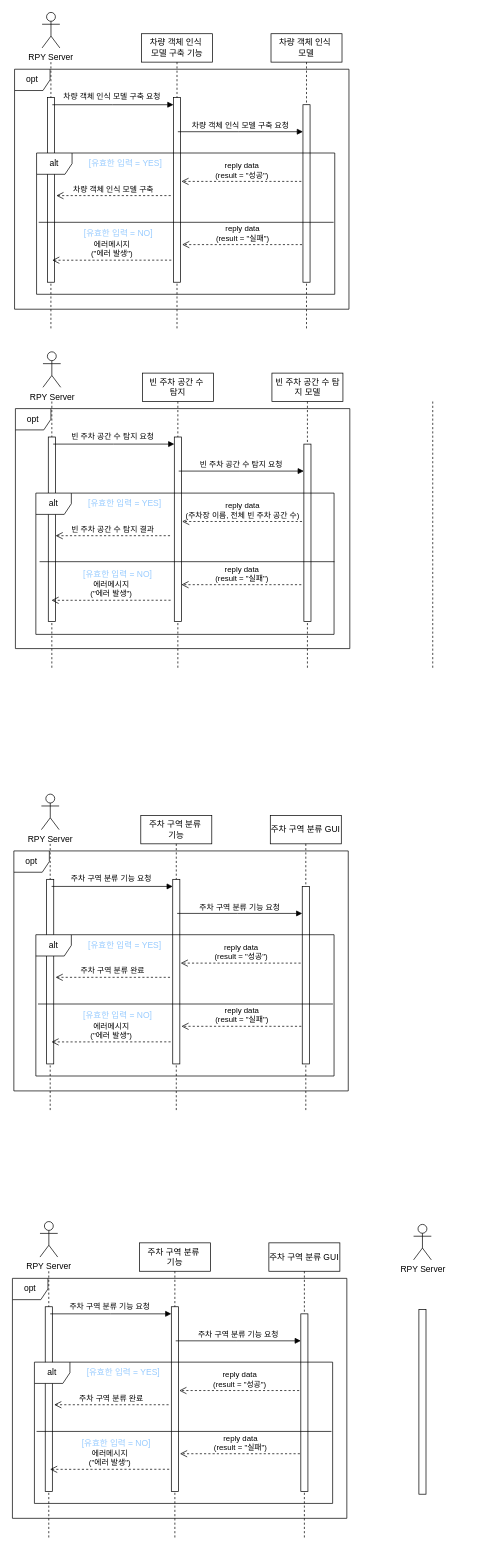
This is page "AI 1, 2, 3, 4" (4 of 4) of 시퀀스다이어그램 틀_opt.drawio from hyun10144/Lecture3-1, a draw.io file, before an edit. Source tidied: cells renumbered, new cells numbered last; positions are measured from the earlier drawing's top-left corner, leaving out a move shared by most shapes. Both pictures are drawn from the tidied source at 71%, with x=0, y=0 at pixel (12, 12).
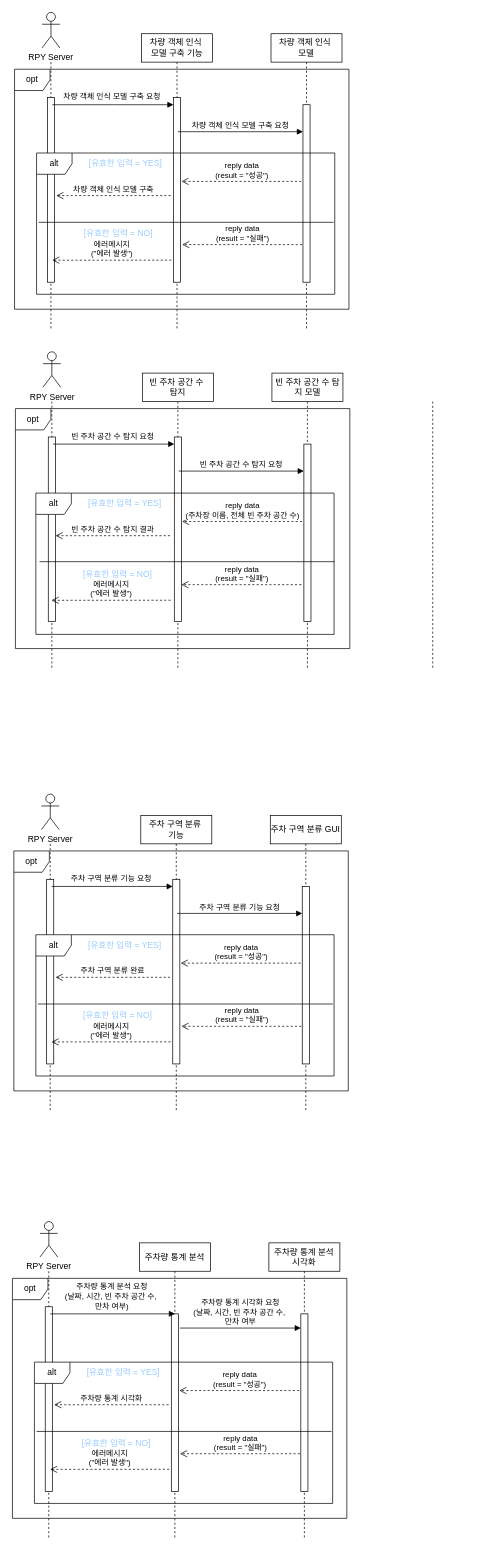
The same diagram, later.

Commit message (it also covers changes not shown here):
시퀀스다이어그램 틀_opt.drawio 업데이트

Unchanged cells that the change refers to:
```xml
<mxCell id="62" value="opt" style="shape=umlFrame;whiteSpace=wrap;html=1;width=50;height=30;" parent="1" vertex="1">
  <mxGeometry y="1783" width="471" height="338" as="geometry" />
</mxCell>
<mxCell id="65" value="alt" style="shape=umlFrame;whiteSpace=wrap;html=1;width=50;height=30;" parent="62" vertex="1">
  <mxGeometry x="31" y="118" width="420" height="199" as="geometry" />
</mxCell>
```

Change to the diagram source:
```diff
@@
-    <mxCell id="56" value="주차 구역 분류 GUI" style="shape=umlLifeline;perimeter=lifelinePerimeter;whiteSpace=wrap;html=1;newEdgeStyle={&quot;edgeStyle&quot;:&quot;elbowEdgeStyle&quot;,&quot;elbow&quot;:&quot;vertical&quot;,&quot;curved&quot;:0,&quot;rounded&quot;:0};" parent="1" vertex="1">
+    <mxCell id="56" value="주차량 통계 분석&lt;div&gt;시각화&lt;/div&gt;" style="shape=umlLifeline;perimeter=lifelinePerimeter;whiteSpace=wrap;html=1;newEdgeStyle={&quot;edgeStyle&quot;:&quot;elbowEdgeStyle&quot;,&quot;elbow&quot;:&quot;vertical&quot;,&quot;curved&quot;:0,&quot;rounded&quot;:0};" parent="1" vertex="1">
       <mxGeometry x="361.2" y="1733" width="100" height="418" as="geometry" />
     </mxCell>
@@
-    <mxCell id="58" value="주차 구역 분류&amp;nbsp;&lt;div&gt;기능&lt;/div&gt;" style="shape=umlLifeline;perimeter=lifelinePerimeter;whiteSpace=wrap;html=1;newEdgeStyle={&quot;edgeStyle&quot;:&quot;elbowEdgeStyle&quot;,&quot;elbow&quot;:&quot;vertical&quot;,&quot;curved&quot;:0,&quot;rounded&quot;:0};" parent="1" vertex="1">
+    <mxCell id="58" value="주차량 통계 분석" style="shape=umlLifeline;perimeter=lifelinePerimeter;whiteSpace=wrap;html=1;newEdgeStyle={&quot;edgeStyle&quot;:&quot;elbowEdgeStyle&quot;,&quot;elbow&quot;:&quot;vertical&quot;,&quot;curved&quot;:0,&quot;rounded&quot;:0};" parent="1" vertex="1">
       <mxGeometry x="178.8" y="1733" width="100" height="418" as="geometry" />
     </mxCell>
     <mxCell id="59" style="html=1;points=[];perimeter=orthogonalPerimeter;outlineConnect=0;targetShapes=umlLifeline;portConstraint=eastwest;newEdgeStyle={&quot;edgeStyle&quot;:&quot;elbowEdgeStyle&quot;,&quot;elbow&quot;:&quot;vertical&quot;,&quot;curved&quot;:0,&quot;rounded&quot;:0};" parent="58" vertex="1">
-      <mxGeometry x="45" y="90" width="10" height="260" as="geometry" />
+      <mxGeometry x="45" y="100" width="10" height="250" as="geometry" />
     </mxCell>
@@
-    <mxCell id="63" value="주차 구역 분류 기능 요청" style="html=1;verticalAlign=bottom;endArrow=block;edgeStyle=elbowEdgeStyle;elbow=horizontal;curved=0;rounded=0;" parent="62" edge="1">
+    <mxCell id="63" value="주차량 통계 시각화 요청&lt;div&gt;(날짜, 시간, 빈 주차 공간 수,&amp;nbsp;&lt;/div&gt;&lt;div&gt;만차 여부&lt;/div&gt;" style="html=1;verticalAlign=bottom;endArrow=block;edgeStyle=elbowEdgeStyle;elbow=horizontal;curved=0;rounded=0;" parent="62" edge="1">
       <mxGeometry relative="1" as="geometry">
-        <mxPoint x="230" y="88" as="sourcePoint" />
-        <mxPoint x="406.2" y="88" as="targetPoint" />
+        <mxPoint x="236" y="70" as="sourcePoint" />
+        <mxPoint x="406.2" y="70" as="targetPoint" />
         <Array as="points">
-          <mxPoint x="315" y="88" />
+          <mxPoint x="315" y="70" />
         </Array>
       </mxGeometry>
     </mxCell>
-    <mxCell id="64" value="주차 구역 분류 기능 요청" style="html=1;verticalAlign=bottom;endArrow=block;edgeStyle=elbowEdgeStyle;elbow=horizontal;curved=0;rounded=0;" parent="62" edge="1" target="59">
+    <mxCell id="64" value="주차량 통계 분석 요청&lt;div&gt;(날짜, 시간, 빈 주차 공간 수,&amp;nbsp;&lt;/div&gt;&lt;div&gt;만차 여부)&lt;/div&gt;" style="html=1;verticalAlign=bottom;endArrow=block;edgeStyle=elbowEdgeStyle;elbow=horizontal;curved=0;rounded=0;" parent="62" edge="1">
       <mxGeometry y="2" relative="1" as="geometry">
         <mxPoint x="53.2" y="50" as="sourcePoint" />
+        <mxPoint x="229" y="50" as="targetPoint" />
         <Array as="points">
           <mxPoint x="138.2" y="50" />
         </Array>
         <mxPoint x="-1" as="offset" />
       </mxGeometry>
     </mxCell>
@@
-    <mxCell id="67" value="주차 구역 분류 완료" style="html=1;verticalAlign=bottom;endArrow=open;dashed=1;endSize=8;edgeStyle=elbowEdgeStyle;elbow=vertical;curved=0;rounded=0;" parent="65" edge="1">
+    <mxCell id="67" value="주차량 통계 시각화" style="html=1;verticalAlign=bottom;endArrow=open;dashed=1;endSize=8;edgeStyle=elbowEdgeStyle;elbow=vertical;curved=0;rounded=0;" parent="65" edge="1">
       <mxGeometry relative="1" as="geometry">
         <mxPoint x="189" y="60" as="sourcePoint" />
         <mxPoint x="27.8" y="60" as="targetPoint" />
         <Array as="points">
           <mxPoint x="114" y="60" />
         </Array>
       </mxGeometry>
     </mxCell>
@@
-    <mxCell id="75" style="html=1;perimeter=orthogonalPerimeter;targetShapes=umlLifeline;newEdgeStyle={&quot;edgeStyle&quot;:&quot;elbowEdgeStyle&quot;,&quot;elbow&quot;:&quot;vertical&quot;,&quot;curved&quot;:0,&quot;rounded&quot;:0};" parent="1" vertex="1">
-      <mxGeometry x="572.5" y="1827" width="10" height="260" as="geometry" />
-    </mxCell>
-    <mxCell id="76" value="RPY Server" style="shape=umlActor;verticalLabelPosition=bottom;verticalAlign=top;html=1;" parent="1" vertex="1">
-      <mxGeometry x="565" y="1707" width="25" height="50" as="geometry" />
-    </mxCell>
```
